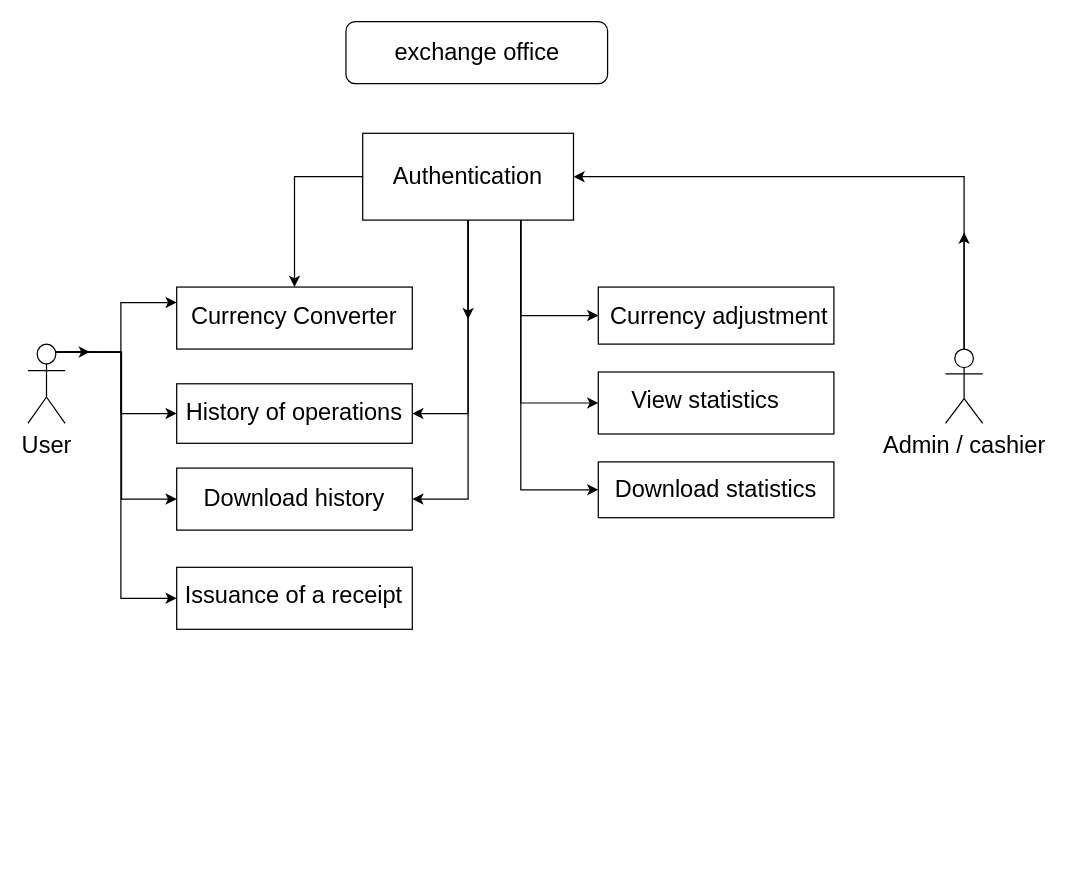
This is UseCase.drawio from 99Anastasia99/Currency, a draw.io file, before an edit. Source tidied: cells renumbered, new cells numbered last; positions are measured from the earlier drawing's top-left corner, leaving out a move shared by most shapes. Both pictures are drawn from the tidied source at 124%, with x=0, y=0 at pixel (27, 21).
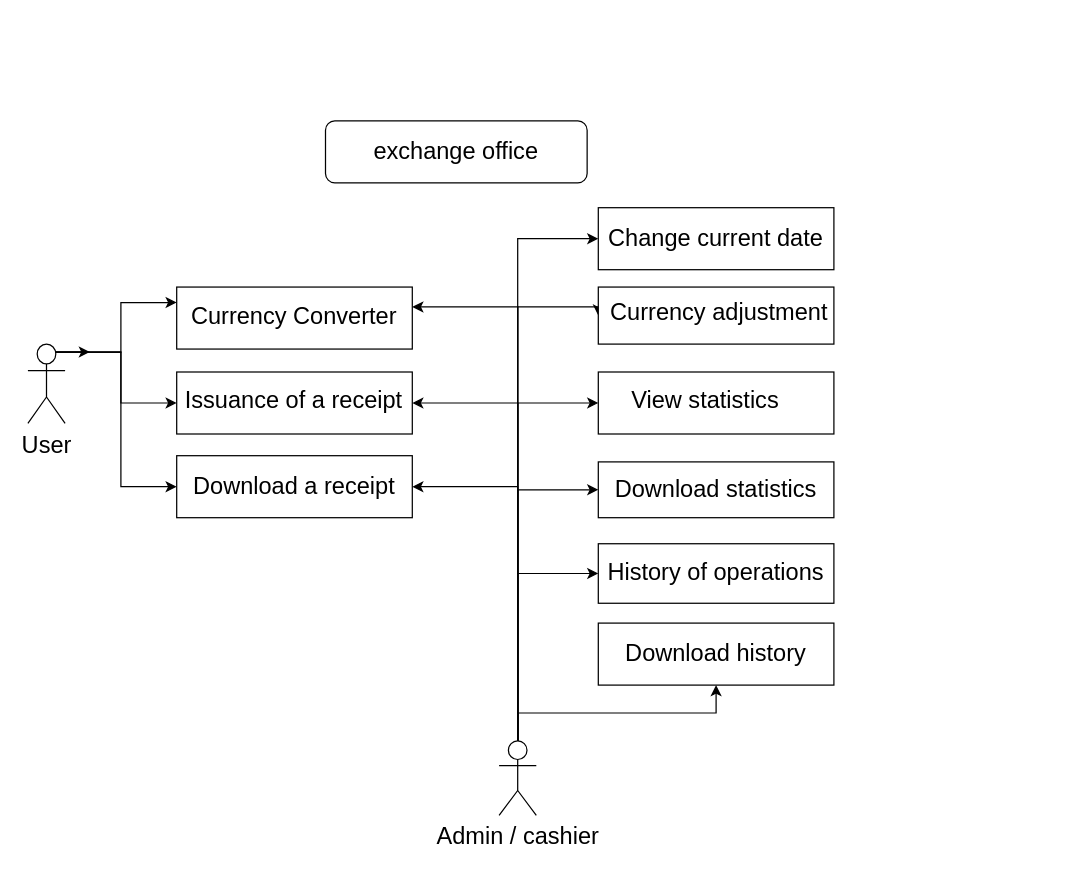
The same page after the edit.

Unchanged cells that the change refers to:
```xml
<mxCell id="8" value="User" style="shape=umlActor;verticalLabelPosition=bottom;labelBackgroundColor=#ffffff;verticalAlign=top;html=1;outlineConnect=0;fontSize=19;" parent="1" vertex="1">
  <mxGeometry y="260" width="30" height="64" as="geometry" />
</mxCell>
<mxCell id="20" style="rounded=0;whiteSpace=wrap;html=1;fontSize=19;" parent="1" vertex="1">
  <mxGeometry x="120" y="214" width="190" height="50" as="geometry" />
</mxCell>
<mxCell id="26" style="rounded=0;whiteSpace=wrap;html=1;fontSize=19;align=center;" parent="1" vertex="1">
  <mxGeometry x="460" y="214" width="190" height="46" as="geometry" />
</mxCell>
<mxCell id="28" style="rounded=0;whiteSpace=wrap;html=1;fontSize=19;align=center;" parent="1" vertex="1">
  <mxGeometry x="460" y="282.5" width="190" height="50" as="geometry" />
</mxCell>
<mxCell id="30" value="Download statistics" style="rounded=0;whiteSpace=wrap;html=1;fontSize=19;align=center;" parent="1" vertex="1">
  <mxGeometry x="460" y="355" width="190" height="45" as="geometry" />
</mxCell>
```

What changed in the source:
```diff
@@
     <mxCell id="2" value="exchange office" style="rounded=1;whiteSpace=wrap;html=1;fontSize=19;" parent="1" vertex="1">
-      <mxGeometry x="256.5" width="211" height="50" as="geometry" />
+      <mxGeometry x="240" y="80" width="211" height="50" as="geometry" />
     </mxCell>
-    <mxCell id="3" style="edgeStyle=orthogonalEdgeStyle;rounded=0;jettySize=auto;html=1;exitX=0.75;exitY=0.1;exitDx=0;exitDy=0;exitPerimeter=0;fontSize=19;" parent="1" edge="1" source="8" target="22">
-      <mxGeometry relative="1" as="geometry" />
-    </mxCell>
-    <mxCell id="4" style="edgeStyle=orthogonalEdgeStyle;rounded=0;jettySize=auto;html=1;entryX=0;entryY=0.5;entryDx=0;entryDy=0;fontSize=19;" parent="1" edge="1" target="23">
-      <mxGeometry relative="1" as="geometry">
-        <mxPoint x="30" y="266" as="sourcePoint" />
-      </mxGeometry>
-    </mxCell>
@@
+    <mxCell id="31" style="edgeStyle=orthogonalEdgeStyle;rounded=0;jettySize=auto;html=1;exitX=0.75;exitY=0.1;exitDx=0;exitDy=0;exitPerimeter=0;entryX=0;entryY=0.5;entryDx=0;entryDy=0;fontSize=19;" parent="1" edge="1" source="8" target="42">
+      <mxGeometry relative="1" as="geometry" />
+    </mxCell>
@@
-    <mxCell id="9" style="edgeStyle=orthogonalEdgeStyle;rounded=0;jettySize=auto;html=1;exitX=0.5;exitY=0;exitDx=0;exitDy=0;exitPerimeter=0;entryX=1;entryY=0.5;entryDx=0;entryDy=0;fontSize=19;" parent="1" edge="1" source="11" target="19">
-      <mxGeometry relative="1" as="geometry" />
-    </mxCell>
-    <mxCell id="10" style="edgeStyle=orthogonalEdgeStyle;rounded=0;jettySize=auto;html=1;exitX=0.5;exitY=0;exitDx=0;exitDy=0;exitPerimeter=0;fontSize=19;" parent="1" edge="1" source="11">
-      <mxGeometry relative="1" as="geometry">
-        <mxPoint x="755" y="170" as="targetPoint" />
-      </mxGeometry>
-    </mxCell>
+    <mxCell id="32" style="edgeStyle=orthogonalEdgeStyle;rounded=0;jettySize=auto;html=1;exitX=0.5;exitY=0;exitDx=0;exitDy=0;exitPerimeter=0;entryX=0;entryY=0.5;entryDx=0;entryDy=0;" parent="1" edge="1" source="11" target="26">
+      <mxGeometry relative="1" as="geometry">
+        <Array as="points">
+          <mxPoint x="395" y="230" />
+          <mxPoint x="460" y="230" />
+        </Array>
+      </mxGeometry>
+    </mxCell>
+    <mxCell id="33" style="edgeStyle=orthogonalEdgeStyle;rounded=0;jettySize=auto;html=1;exitX=0.5;exitY=0;exitDx=0;exitDy=0;exitPerimeter=0;entryX=0;entryY=0.5;entryDx=0;entryDy=0;" parent="1" edge="1" source="11" target="28">
+      <mxGeometry relative="1" as="geometry">
+        <Array as="points">
+          <mxPoint x="395" y="308" />
+        </Array>
+      </mxGeometry>
+    </mxCell>
+    <mxCell id="34" style="edgeStyle=orthogonalEdgeStyle;rounded=0;jettySize=auto;html=1;exitX=0.5;exitY=0;exitDx=0;exitDy=0;exitPerimeter=0;entryX=0;entryY=0.5;entryDx=0;entryDy=0;" parent="1" edge="1" source="11" target="30">
+      <mxGeometry relative="1" as="geometry" />
+    </mxCell>
+    <mxCell id="35" style="edgeStyle=orthogonalEdgeStyle;rounded=0;jettySize=auto;html=1;exitX=0.5;exitY=0;exitDx=0;exitDy=0;exitPerimeter=0;entryX=1;entryY=0.25;entryDx=0;entryDy=0;" parent="1" edge="1" source="11" target="21">
+      <mxGeometry relative="1" as="geometry" />
+    </mxCell>
+    <mxCell id="36" style="edgeStyle=orthogonalEdgeStyle;rounded=0;jettySize=auto;html=1;exitX=0.5;exitY=0;exitDx=0;exitDy=0;exitPerimeter=0;entryX=0;entryY=0.5;entryDx=0;entryDy=0;" parent="1" edge="1" source="11" target="41">
+      <mxGeometry relative="1" as="geometry" />
+    </mxCell>
+    <mxCell id="37" style="edgeStyle=orthogonalEdgeStyle;rounded=0;jettySize=auto;html=1;exitX=0.5;exitY=0;exitDx=0;exitDy=0;exitPerimeter=0;entryX=0;entryY=0.5;entryDx=0;entryDy=0;fontSize=19;" parent="1" edge="1" source="11" target="22">
+      <mxGeometry relative="1" as="geometry" />
+    </mxCell>
+    <mxCell id="38" style="edgeStyle=orthogonalEdgeStyle;rounded=0;jettySize=auto;html=1;exitX=0.5;exitY=0;exitDx=0;exitDy=0;exitPerimeter=0;fontSize=19;" parent="1" edge="1" source="11" target="23">
+      <mxGeometry relative="1" as="geometry" />
+    </mxCell>
+    <mxCell id="39" style="edgeStyle=orthogonalEdgeStyle;rounded=0;jettySize=auto;html=1;exitX=0.5;exitY=0;exitDx=0;exitDy=0;exitPerimeter=0;entryX=1;entryY=0.5;entryDx=0;entryDy=0;fontSize=19;" parent="1" edge="1" source="11" target="42">
+      <mxGeometry relative="1" as="geometry">
+        <Array as="points">
+          <mxPoint x="395" y="375" />
+        </Array>
+      </mxGeometry>
+    </mxCell>
+    <mxCell id="40" style="edgeStyle=orthogonalEdgeStyle;rounded=0;jettySize=auto;html=1;exitX=0.5;exitY=0;exitDx=0;exitDy=0;exitPerimeter=0;entryX=1;entryY=0.5;entryDx=0;entryDy=0;fontSize=19;" parent="1" edge="1" source="11" target="24">
+      <mxGeometry relative="1" as="geometry" />
+    </mxCell>
     <mxCell id="11" value="Admin / cashier" style="shape=umlActor;verticalLabelPosition=bottom;labelBackgroundColor=#ffffff;verticalAlign=top;html=1;outlineConnect=0;fontSize=19;" parent="1" vertex="1">
-      <mxGeometry x="740" y="264" width="30" height="60" as="geometry" />
+      <mxGeometry x="380" y="580" width="30" height="60" as="geometry" />
     </mxCell>
-    <mxCell id="12" style="edgeStyle=orthogonalEdgeStyle;rounded=0;jettySize=auto;html=1;exitX=0;exitY=0.75;exitDx=0;exitDy=0;entryX=0.5;entryY=0;entryDx=0;entryDy=0;fontSize=19;" parent="1" edge="1" source="19" target="20">
-      <mxGeometry relative="1" as="geometry">
-        <Array as="points">
-          <mxPoint x="270" y="125" />
-          <mxPoint x="215" y="125" />
-        </Array>
-      </mxGeometry>
-    </mxCell>
-    <mxCell id="13" style="edgeStyle=orthogonalEdgeStyle;rounded=0;jettySize=auto;html=1;exitX=0.5;exitY=1;exitDx=0;exitDy=0;entryX=1;entryY=0.5;entryDx=0;entryDy=0;fontSize=19;" parent="1" edge="1" source="19" target="22">
-      <mxGeometry relative="1" as="geometry" />
-    </mxCell>
-    <mxCell id="14" style="edgeStyle=orthogonalEdgeStyle;rounded=0;jettySize=auto;html=1;exitX=0.5;exitY=1;exitDx=0;exitDy=0;entryX=1;entryY=0.5;entryDx=0;entryDy=0;fontSize=19;" parent="1" edge="1" source="19" target="23">
-      <mxGeometry relative="1" as="geometry" />
-    </mxCell>
-    <mxCell id="15" style="edgeStyle=orthogonalEdgeStyle;rounded=0;jettySize=auto;html=1;exitX=0.75;exitY=1;exitDx=0;exitDy=0;entryX=0;entryY=0.5;entryDx=0;entryDy=0;fontSize=19;" parent="1" edge="1" source="19" target="26">
-      <mxGeometry relative="1" as="geometry" />
-    </mxCell>
-    <mxCell id="16" style="edgeStyle=orthogonalEdgeStyle;rounded=0;jettySize=auto;html=1;exitX=0.75;exitY=1;exitDx=0;exitDy=0;entryX=0;entryY=0.5;entryDx=0;entryDy=0;fontSize=19;" parent="1" edge="1" source="19" target="28">
-      <mxGeometry relative="1" as="geometry" />
-    </mxCell>
-    <mxCell id="17" style="edgeStyle=orthogonalEdgeStyle;rounded=0;jettySize=auto;html=1;exitX=0.75;exitY=1;exitDx=0;exitDy=0;entryX=0;entryY=0.5;entryDx=0;entryDy=0;fontSize=19;" parent="1" edge="1" source="19" target="30">
-      <mxGeometry relative="1" as="geometry" />
-    </mxCell>
-    <mxCell id="18" style="edgeStyle=orthogonalEdgeStyle;rounded=0;jettySize=auto;html=1;exitX=0.5;exitY=1;exitDx=0;exitDy=0;fontSize=19;" parent="1" edge="1" source="19">
-      <mxGeometry relative="1" as="geometry">
-        <mxPoint x="355" y="240" as="targetPoint" />
-      </mxGeometry>
-    </mxCell>
-    <mxCell id="19" value="Authentication" style="rounded=0;whiteSpace=wrap;html=1;fontSize=19;" parent="1" vertex="1">
-      <mxGeometry x="270" y="90" width="170" height="70" as="geometry" />
-    </mxCell>
@@
     <mxCell id="21" value="Currency Converter" style="text;html=1;fontSize=19;" parent="1" vertex="1">
-      <mxGeometry x="130" y="220" width="190" height="40" as="geometry" />
+      <mxGeometry x="130" y="220" width="180" height="40" as="geometry" />
     </mxCell>
     <mxCell id="22" value="History of operations" style="rounded=0;whiteSpace=wrap;html=1;fontSize=19;" parent="1" vertex="1">
-      <mxGeometry x="120" y="292" width="190" height="48" as="geometry" />
+      <mxGeometry x="460" y="421" width="190" height="48" as="geometry" />
     </mxCell>
     <mxCell id="23" value="Download history" style="rounded=0;whiteSpace=wrap;html=1;fontSize=19;align=center;" parent="1" vertex="1">
-      <mxGeometry x="120" y="360" width="190" height="50" as="geometry" />
+      <mxGeometry x="460" y="485" width="190" height="50" as="geometry" />
     </mxCell>
     <mxCell id="24" style="rounded=0;whiteSpace=wrap;html=1;fontSize=19;" parent="1" vertex="1">
-      <mxGeometry x="120" y="440" width="190" height="50" as="geometry" />
+      <mxGeometry x="120" y="282.5" width="190" height="50" as="geometry" />
     </mxCell>
     <mxCell id="25" value="Issuance of a receipt" style="text;html=1;fontSize=19;" parent="1" vertex="1">
-      <mxGeometry x="125" y="445" width="200" height="40" as="geometry" />
+      <mxGeometry x="125" y="287.5" width="180" height="40" as="geometry" />
     </mxCell>
@@
     <mxCell id="27" value="Currency adjustment" style="text;html=1;fontSize=19;" parent="1" vertex="1">
-      <mxGeometry x="467.5" y="220" width="200" height="40" as="geometry" />
+      <mxGeometry x="467.5" y="217" width="190" height="40" as="geometry" />
     </mxCell>
@@
+    <mxCell id="41" value="&lt;font style=&quot;font-size: 19px&quot;&gt;Change current date&lt;/font&gt;" style="rounded=0;whiteSpace=wrap;html=1;" parent="1" vertex="1">
+      <mxGeometry x="460" y="150" width="190" height="50" as="geometry" />
+    </mxCell>
+    <mxCell id="42" value="Download a receipt" style="rounded=0;whiteSpace=wrap;html=1;fontSize=19;" parent="1" vertex="1">
+      <mxGeometry x="120" y="350" width="190" height="50" as="geometry" />
+    </mxCell>
```
